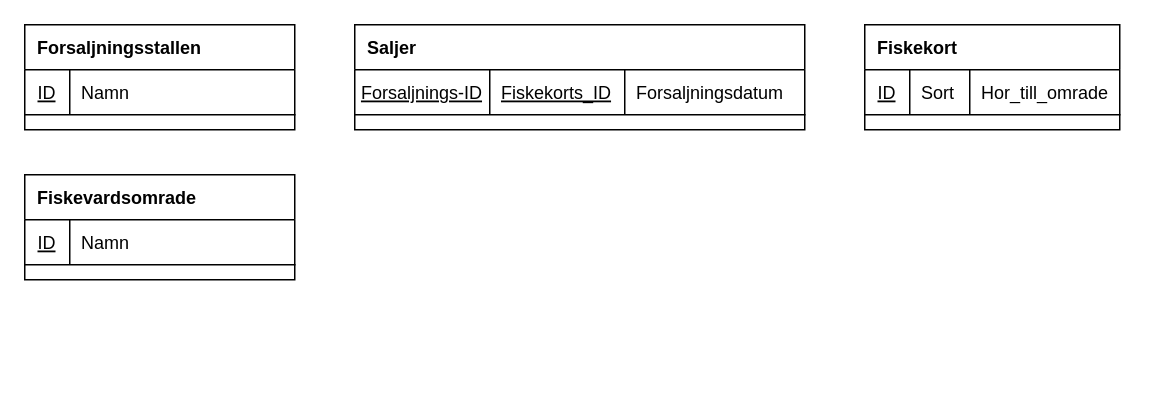
Ingelisun/ERmodels keeps this draw.io diagram as page "Tabellschema" (2 of 2) of Fiskevard.drawio. Above is the earlier version. Source tidied: cells renumbered, new cells numbered last; positions are measured from the earlier drawing's top-left corner, leaving out a move shared by most shapes. Both pictures are drawn from the tidied source at 150%, with x=0, y=0 at pixel (24, 24).
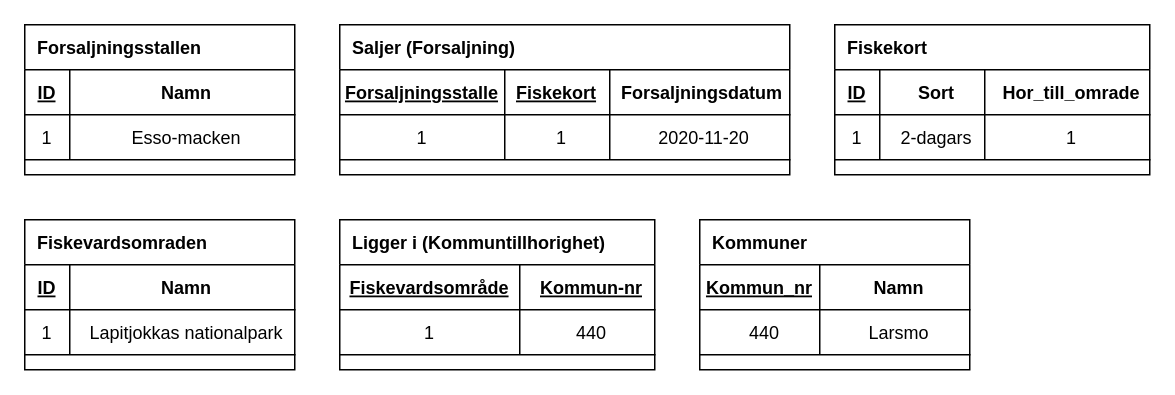
The same page after the edit.

The change refers to these unchanged cells:
```xml
<mxCell id="3" style="shape=partialRectangle;fillColor=none;top=0;left=0;bottom=1;right=0;" parent="2" vertex="1">
  <mxGeometry y="30" width="180" height="30" as="geometry" />
</mxCell>
<mxCell id="7" style="shape=partialRectangle;fillColor=none;top=0;left=0;bottom=1;right=0;" parent="6" vertex="1">
  <mxGeometry y="30" width="300" height="30" as="geometry" />
</mxCell>
<mxCell id="17" style="shape=partialRectangle;fillColor=none;top=0;left=0;bottom=1;right=0;" parent="16" vertex="1">
  <mxGeometry y="30" width="180" height="30" as="geometry" />
</mxCell>
```

What changed in the source:
```diff
@@
     <mxCell id="2" value="  Forsaljningsstallen" style="shape=table;startSize=30;childLayout=tableLayout;rowLines=0;fontStyle=1;align=left;" parent="1" vertex="1">
-      <mxGeometry width="180" height="70" as="geometry" />
+      <mxGeometry width="180" height="100" as="geometry" />
     </mxCell>
@@
-    <mxCell id="4" value="ID" style="shape=partialRectangle;fillColor=none;top=0;left=0;bottom=0;right=0;fontStyle=4;overflow=hidden;" parent="3" vertex="1">
+    <mxCell id="4" value="ID" style="shape=partialRectangle;fillColor=none;top=0;left=0;bottom=0;right=0;fontStyle=5;overflow=hidden;" parent="3" vertex="1">
       <mxGeometry width="30" height="30" as="geometry" />
     </mxCell>
-    <mxCell id="5" value="Namn" style="shape=partialRectangle;fillColor=none;top=0;left=0;bottom=0;right=0;align=left;spacingLeft=6;fontStyle=0;overflow=hidden;" parent="3" vertex="1">
+    <mxCell id="5" value="Namn" style="shape=partialRectangle;fillColor=none;top=0;left=0;bottom=0;right=0;align=center;spacingLeft=6;fontStyle=1;overflow=hidden;" parent="3" vertex="1">
       <mxGeometry x="30" width="150" height="30" as="geometry" />
     </mxCell>
+    <mxCell id="20" style="shape=partialRectangle;fillColor=none;top=0;left=0;bottom=1;right=0;" parent="2" vertex="1">
+      <mxGeometry y="60" width="180" height="30" as="geometry" />
+    </mxCell>
+    <mxCell id="21" value="1" style="shape=partialRectangle;fillColor=none;top=0;left=0;bottom=0;right=0;fontStyle=0;overflow=hidden;" parent="20" vertex="1">
+      <mxGeometry width="30" height="30" as="geometry" />
+    </mxCell>
+    <mxCell id="22" value="Esso-macken" style="shape=partialRectangle;fillColor=none;top=0;left=0;bottom=0;right=0;align=center;spacingLeft=6;fontStyle=0;overflow=hidden;" parent="20" vertex="1">
+      <mxGeometry x="30" width="150" height="30" as="geometry" />
+    </mxCell>
-    <mxCell id="6" value="  Saljer" style="shape=table;startSize=30;childLayout=tableLayout;rowLines=0;fontStyle=1;align=left;" parent="1" vertex="1">
-      <mxGeometry x="220" width="300" height="70" as="geometry" />
+    <mxCell id="6" value="  Saljer (Forsaljning)" style="shape=table;startSize=30;childLayout=tableLayout;rowLines=0;fontStyle=1;align=left;" parent="1" vertex="1">
+      <mxGeometry x="210" width="300" height="100" as="geometry" />
     </mxCell>
@@
-    <mxCell id="8" value="Forsaljnings-ID" style="shape=partialRectangle;fillColor=none;top=0;left=0;bottom=0;right=0;fontStyle=4;overflow=hidden;" parent="7" vertex="1">
-      <mxGeometry width="90" height="30" as="geometry" />
+    <mxCell id="8" value="Forsaljningsstalle" style="shape=partialRectangle;fillColor=none;top=0;left=0;bottom=0;right=0;fontStyle=5;overflow=hidden;" parent="7" vertex="1">
+      <mxGeometry width="110" height="30" as="geometry" />
     </mxCell>
-    <mxCell id="9" value="Fiskekorts_ID" style="shape=partialRectangle;fillColor=none;top=0;left=0;bottom=0;right=0;align=left;spacingLeft=6;fontStyle=4;overflow=hidden;" parent="7" vertex="1">
-      <mxGeometry x="90" width="90" height="30" as="geometry" />
+    <mxCell id="9" value="Fiskekort" style="shape=partialRectangle;fillColor=none;top=0;left=0;bottom=0;right=0;align=left;spacingLeft=6;fontStyle=5;overflow=hidden;" parent="7" vertex="1">
+      <mxGeometry x="110" width="70" height="30" as="geometry" />
     </mxCell>
-    <mxCell id="10" value="Forsaljningsdatum" style="shape=partialRectangle;fillColor=none;top=0;left=0;bottom=0;right=0;align=left;spacingLeft=6;fontStyle=0;overflow=hidden;" parent="7" vertex="1">
+    <mxCell id="10" value="Forsaljningsdatum" style="shape=partialRectangle;fillColor=none;top=0;left=0;bottom=0;right=0;align=left;spacingLeft=6;fontStyle=1;overflow=hidden;" parent="7" vertex="1">
       <mxGeometry x="180" width="120" height="30" as="geometry" />
     </mxCell>
+    <mxCell id="23" style="shape=partialRectangle;fillColor=none;top=0;left=0;bottom=1;right=0;" parent="6" vertex="1">
+      <mxGeometry y="60" width="300" height="30" as="geometry" />
+    </mxCell>
+    <mxCell id="24" value="1" style="shape=partialRectangle;fillColor=none;top=0;left=0;bottom=0;right=0;fontStyle=0;overflow=hidden;" parent="23" vertex="1">
+      <mxGeometry width="110" height="30" as="geometry" />
+    </mxCell>
+    <mxCell id="25" value="1" style="shape=partialRectangle;fillColor=none;top=0;left=0;bottom=0;right=0;align=center;spacingLeft=6;fontStyle=0;overflow=hidden;" parent="23" vertex="1">
+      <mxGeometry x="110" width="70" height="30" as="geometry" />
+    </mxCell>
+    <mxCell id="26" value="2020-11-20" style="shape=partialRectangle;fillColor=none;top=0;left=0;bottom=0;right=0;align=center;spacingLeft=6;fontStyle=0;overflow=hidden;" parent="23" vertex="1">
+      <mxGeometry x="180" width="120" height="30" as="geometry" />
+    </mxCell>
     <mxCell id="11" value="  Fiskekort" style="shape=table;startSize=30;childLayout=tableLayout;rowLines=0;fontStyle=1;align=left;" parent="1" vertex="1">
-      <mxGeometry x="560" width="170" height="70" as="geometry" />
+      <mxGeometry x="540" width="210" height="100" as="geometry" />
     </mxCell>
     <mxCell id="12" style="shape=partialRectangle;fillColor=none;top=0;left=0;bottom=1;right=0;" parent="11" vertex="1">
-      <mxGeometry y="30" width="170" height="30" as="geometry" />
+      <mxGeometry y="30" width="210" height="30" as="geometry" />
     </mxCell>
-    <mxCell id="13" value="ID" style="shape=partialRectangle;fillColor=none;top=0;left=0;bottom=0;right=0;fontStyle=4;overflow=hidden;" parent="12" vertex="1">
+    <mxCell id="13" value="ID" style="shape=partialRectangle;fillColor=none;top=0;left=0;bottom=0;right=0;fontStyle=5;overflow=hidden;" parent="12" vertex="1">
       <mxGeometry width="30" height="30" as="geometry" />
     </mxCell>
-    <mxCell id="14" value="Sort" style="shape=partialRectangle;fillColor=none;top=0;left=0;bottom=0;right=0;align=left;spacingLeft=6;fontStyle=0;overflow=hidden;" parent="12" vertex="1">
-      <mxGeometry x="30" width="40" height="30" as="geometry" />
+    <mxCell id="14" value="Sort" style="shape=partialRectangle;fillColor=none;top=0;left=0;bottom=0;right=0;align=center;spacingLeft=6;fontStyle=1;overflow=hidden;" parent="12" vertex="1">
+      <mxGeometry x="30" width="70" height="30" as="geometry" />
     </mxCell>
-    <mxCell id="15" value="Hor_till_omrade" style="shape=partialRectangle;fillColor=none;top=0;left=0;bottom=0;right=0;align=left;spacingLeft=6;fontStyle=0;overflow=hidden;" parent="12" vertex="1">
-      <mxGeometry x="70" width="100" height="30" as="geometry" />
+    <mxCell id="15" value="Hor_till_omrade" style="shape=partialRectangle;fillColor=none;top=0;left=0;bottom=0;right=0;align=center;spacingLeft=6;fontStyle=1;overflow=hidden;" parent="12" vertex="1">
+      <mxGeometry x="100" width="110" height="30" as="geometry" />
     </mxCell>
+    <mxCell id="27" style="shape=partialRectangle;fillColor=none;top=0;left=0;bottom=1;right=0;" parent="11" vertex="1">
+      <mxGeometry y="60" width="210" height="30" as="geometry" />
+    </mxCell>
+    <mxCell id="28" value="1" style="shape=partialRectangle;fillColor=none;top=0;left=0;bottom=0;right=0;fontStyle=0;overflow=hidden;" parent="27" vertex="1">
+      <mxGeometry width="30" height="30" as="geometry" />
+    </mxCell>
+    <mxCell id="29" value="2-dagars" style="shape=partialRectangle;fillColor=none;top=0;left=0;bottom=0;right=0;align=center;spacingLeft=6;fontStyle=0;overflow=hidden;" parent="27" vertex="1">
+      <mxGeometry x="30" width="70" height="30" as="geometry" />
+    </mxCell>
+    <mxCell id="30" value="1" style="shape=partialRectangle;fillColor=none;top=0;left=0;bottom=0;right=0;align=center;spacingLeft=6;fontStyle=0;overflow=hidden;" parent="27" vertex="1">
+      <mxGeometry x="100" width="110" height="30" as="geometry" />
+    </mxCell>
-    <mxCell id="16" value="  Fiskevardsomrade" style="shape=table;startSize=30;childLayout=tableLayout;rowLines=0;fontStyle=1;align=left;" parent="1" vertex="1">
-      <mxGeometry y="100" width="180" height="70" as="geometry" />
+    <mxCell id="16" value="  Fiskevardsomraden" style="shape=table;startSize=30;childLayout=tableLayout;rowLines=0;fontStyle=1;align=left;" parent="1" vertex="1">
+      <mxGeometry y="130" width="180" height="100" as="geometry" />
     </mxCell>
@@
-    <mxCell id="18" value="ID" style="shape=partialRectangle;fillColor=none;top=0;left=0;bottom=0;right=0;fontStyle=4;overflow=hidden;" parent="17" vertex="1">
+    <mxCell id="18" value="ID" style="shape=partialRectangle;fillColor=none;top=0;left=0;bottom=0;right=0;fontStyle=5;overflow=hidden;" parent="17" vertex="1">
       <mxGeometry width="30" height="30" as="geometry" />
     </mxCell>
-    <mxCell id="19" value="Namn" style="shape=partialRectangle;fillColor=none;top=0;left=0;bottom=0;right=0;align=left;spacingLeft=6;fontStyle=0;overflow=hidden;" parent="17" vertex="1">
+    <mxCell id="19" value="Namn" style="shape=partialRectangle;fillColor=none;top=0;left=0;bottom=0;right=0;align=center;spacingLeft=6;fontStyle=1;overflow=hidden;" parent="17" vertex="1">
       <mxGeometry x="30" width="150" height="30" as="geometry" />
     </mxCell>
+    <mxCell id="31" style="shape=partialRectangle;fillColor=none;top=0;left=0;bottom=1;right=0;" parent="16" vertex="1">
+      <mxGeometry y="60" width="180" height="30" as="geometry" />
+    </mxCell>
+    <mxCell id="32" value="1" style="shape=partialRectangle;fillColor=none;top=0;left=0;bottom=0;right=0;fontStyle=0;overflow=hidden;" parent="31" vertex="1">
+      <mxGeometry width="30" height="30" as="geometry" />
+    </mxCell>
+    <mxCell id="33" value="Lapitjokkas nationalpark" style="shape=partialRectangle;fillColor=none;top=0;left=0;bottom=0;right=0;align=center;spacingLeft=6;fontStyle=0;overflow=hidden;" parent="31" vertex="1">
+      <mxGeometry x="30" width="150" height="30" as="geometry" />
+    </mxCell>
+    <mxCell id="34" value="  Ligger i (Kommuntillhorighet)" style="shape=table;startSize=30;childLayout=tableLayout;rowLines=0;fontStyle=1;align=left;" parent="1" vertex="1">
+      <mxGeometry x="210" y="130" width="210" height="100" as="geometry" />
+    </mxCell>
+    <mxCell id="35" style="shape=partialRectangle;fillColor=none;top=0;left=0;bottom=1;right=0;" parent="34" vertex="1">
+      <mxGeometry y="30" width="210" height="30" as="geometry" />
+    </mxCell>
+    <mxCell id="36" value="Fiskevardsområde" style="shape=partialRectangle;fillColor=none;top=0;left=0;bottom=0;right=0;fontStyle=5;overflow=hidden;" parent="35" vertex="1">
+      <mxGeometry width="120" height="30" as="geometry" />
+    </mxCell>
+    <mxCell id="37" value="Kommun-nr" style="shape=partialRectangle;fillColor=none;top=0;left=0;bottom=0;right=0;align=center;spacingLeft=6;fontStyle=5;overflow=hidden;" parent="35" vertex="1">
+      <mxGeometry x="120" width="90" height="30" as="geometry" />
+    </mxCell>
+    <mxCell id="38" style="shape=partialRectangle;fillColor=none;top=0;left=0;bottom=1;right=0;" parent="34" vertex="1">
+      <mxGeometry y="60" width="210" height="30" as="geometry" />
+    </mxCell>
+    <mxCell id="39" value="1" style="shape=partialRectangle;fillColor=none;top=0;left=0;bottom=0;right=0;fontStyle=0;overflow=hidden;" parent="38" vertex="1">
+      <mxGeometry width="120" height="30" as="geometry" />
+    </mxCell>
+    <mxCell id="40" value="440" style="shape=partialRectangle;fillColor=none;top=0;left=0;bottom=0;right=0;align=center;spacingLeft=6;fontStyle=0;overflow=hidden;" parent="38" vertex="1">
+      <mxGeometry x="120" width="90" height="30" as="geometry" />
+    </mxCell>
+    <mxCell id="41" value="  Kommuner" style="shape=table;startSize=30;childLayout=tableLayout;rowLines=0;fontStyle=1;align=left;" parent="1" vertex="1">
+      <mxGeometry x="450" y="130" width="180" height="100" as="geometry" />
+    </mxCell>
+    <mxCell id="42" style="shape=partialRectangle;fillColor=none;top=0;left=0;bottom=1;right=0;" parent="41" vertex="1">
+      <mxGeometry y="30" width="180" height="30" as="geometry" />
+    </mxCell>
+    <mxCell id="43" value="Kommun_nr" style="shape=partialRectangle;fillColor=none;top=0;left=0;bottom=0;right=0;fontStyle=5;overflow=hidden;align=center;" parent="42" vertex="1">
+      <mxGeometry width="80" height="30" as="geometry" />
+    </mxCell>
+    <mxCell id="44" value="Namn" style="shape=partialRectangle;fillColor=none;top=0;left=0;bottom=0;right=0;align=center;spacingLeft=6;fontStyle=1;overflow=hidden;" parent="42" vertex="1">
+      <mxGeometry x="80" width="100" height="30" as="geometry" />
+    </mxCell>
+    <mxCell id="45" style="shape=partialRectangle;fillColor=none;top=0;left=0;bottom=1;right=0;" parent="41" vertex="1">
+      <mxGeometry y="60" width="180" height="30" as="geometry" />
+    </mxCell>
+    <mxCell id="46" value="  440" style="shape=partialRectangle;fillColor=none;top=0;left=0;bottom=0;right=0;fontStyle=0;overflow=hidden;align=center;" parent="45" vertex="1">
+      <mxGeometry width="80" height="30" as="geometry" />
+    </mxCell>
+    <mxCell id="47" value="Larsmo" style="shape=partialRectangle;fillColor=none;top=0;left=0;bottom=0;right=0;align=center;spacingLeft=6;fontStyle=0;overflow=hidden;" parent="45" vertex="1">
+      <mxGeometry x="80" width="100" height="30" as="geometry" />
+    </mxCell>
```
